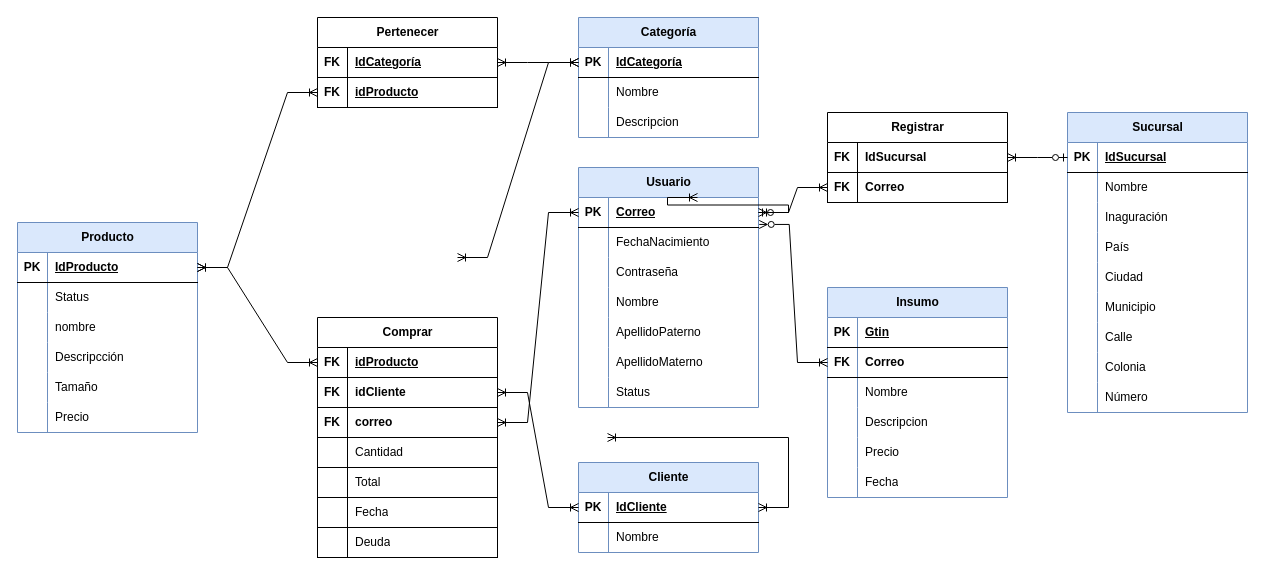
The draw.io diagram page "Modelo Relacional" (2 of 3) of Diagramas.drawio in shosholanda/cafeteria-alina, before the edit. Source tidied: cells renumbered, new cells numbered last; positions are measured from the earlier drawing's top-left corner, leaving out a move shared by most shapes. Both pictures are drawn from the tidied source at 100%, with x=0, y=0 at pixel (17, 17).
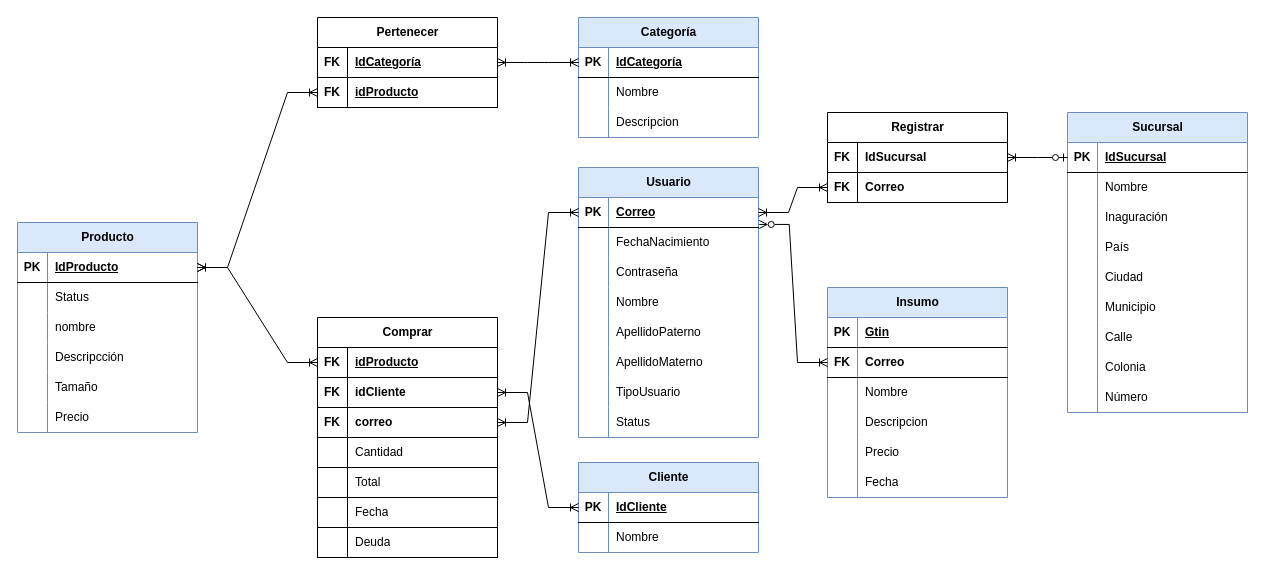
After the change.

The change refers to these unchanged cells:
```xml
<mxCell id="22" style="shape=tableRow;horizontal=0;startSize=0;swimlaneHead=0;swimlaneBody=0;fillColor=none;points=[[0,0.5],[1,0.5]];portConstraint=eastwest;top=0;left=0;right=0;bottom=1;" parent="21" vertex="1">
  <mxGeometry y="30" width="180" height="30" as="geometry" />
</mxCell>
<mxCell id="63" style="shape=tableRow;horizontal=0;startSize=0;swimlaneHead=0;swimlaneBody=0;fillColor=none;points=[[0,0.5],[1,0.5]];portConstraint=eastwest;top=0;left=0;right=0;bottom=1;" parent="62" vertex="1">
  <mxGeometry y="30" width="180" height="30" as="geometry" />
</mxCell>
<mxCell id="98" style="shape=tableRow;horizontal=0;startSize=0;swimlaneHead=0;swimlaneBody=0;fillColor=none;points=[[0,0.5],[1,0.5]];portConstraint=eastwest;top=0;left=0;right=0;bottom=1;" parent="97" vertex="1">
  <mxGeometry y="30" width="180" height="30" as="geometry" />
</mxCell>
```

Change to the diagram source:
```diff
@@
     <mxCell id="21" value="Usuario" style="shape=table;startSize=30;childLayout=tableLayout;rowLines=0;fontStyle=1;align=center;html=1;fillColor=#dae8fc;strokeColor=#6c8ebf;" parent="1" vertex="1">
-      <mxGeometry x="561" y="150" width="180" height="240" as="geometry" />
+      <mxGeometry x="561" y="150" width="180" height="270" as="geometry" />
     </mxCell>
@@
+    <mxCell id="154" style="shape=tableRow;horizontal=0;startSize=0;swimlaneHead=0;swimlaneBody=0;fillColor=none;top=0;left=0;right=0;bottom=0;" parent="21" vertex="1">
+      <mxGeometry y="210" width="180" height="30" as="geometry" />
+    </mxCell>
+    <mxCell id="155" style="shape=partialRectangle;fillColor=none;top=0;left=0;bottom=0;right=0;overflow=hidden;whiteSpace=wrap;html=1;" parent="154" vertex="1">
+      <mxGeometry width="30" height="30" as="geometry" />
+    </mxCell>
+    <mxCell id="156" value="TipoUsuario" style="shape=partialRectangle;fillColor=none;top=0;left=0;bottom=0;right=0;align=left;spacingLeft=6;overflow=hidden;whiteSpace=wrap;html=1;" parent="154" vertex="1">
+      <mxGeometry x="30" width="150" height="30" as="geometry" />
+    </mxCell>
     <mxCell id="40" style="shape=tableRow;horizontal=0;startSize=0;swimlaneHead=0;swimlaneBody=0;fillColor=none;top=0;left=0;right=0;bottom=0;" parent="21" vertex="1">
-      <mxGeometry y="210" width="180" height="30" as="geometry" />
+      <mxGeometry y="240" width="180" height="30" as="geometry" />
     </mxCell>
@@
-    <mxCell id="114" style="edgeStyle=entityRelationEdgeStyle;fontSize=12;html=1;endArrow=ERoneToMany;startArrow=ERoneToMany;rounded=0;" parent="1" edge="1" target="98">
-      <mxGeometry relative="1" as="geometry">
-        <mxPoint x="440" y="240" as="sourcePoint" />
-      </mxGeometry>
-    </mxCell>
-    <mxCell id="115" style="edgeStyle=entityRelationEdgeStyle;fontSize=12;html=1;endArrow=ERoneToMany;startArrow=ERzeroToOne;rounded=0;" parent="1" edge="1" source="22">
-      <mxGeometry relative="1" as="geometry">
-        <mxPoint x="680" y="180" as="targetPoint" />
-      </mxGeometry>
-    </mxCell>
-    <mxCell id="116" style="edgeStyle=entityRelationEdgeStyle;fontSize=12;html=1;endArrow=ERoneToMany;startArrow=ERoneToMany;rounded=0;" parent="1" edge="1" target="63">
-      <mxGeometry relative="1" as="geometry">
-        <mxPoint x="590" y="420" as="sourcePoint" />
-      </mxGeometry>
-    </mxCell>
```
